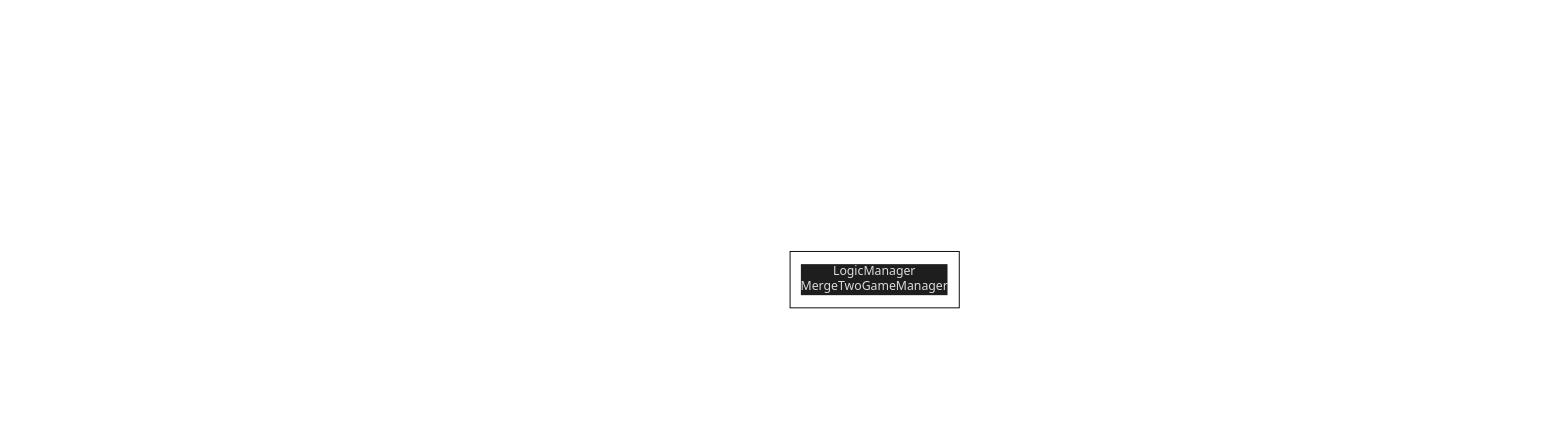
This is 二合项目.drawio from cliang/drawio, a draw.io file, before an edit. Source tidied: cells renumbered, new cells numbered last; positions are measured from the earlier drawing's top-left corner, leaving out a move shared by most shapes. Both pictures are drawn from the tidied source at 94%, with x=0, y=0 at pixel (790, 251).
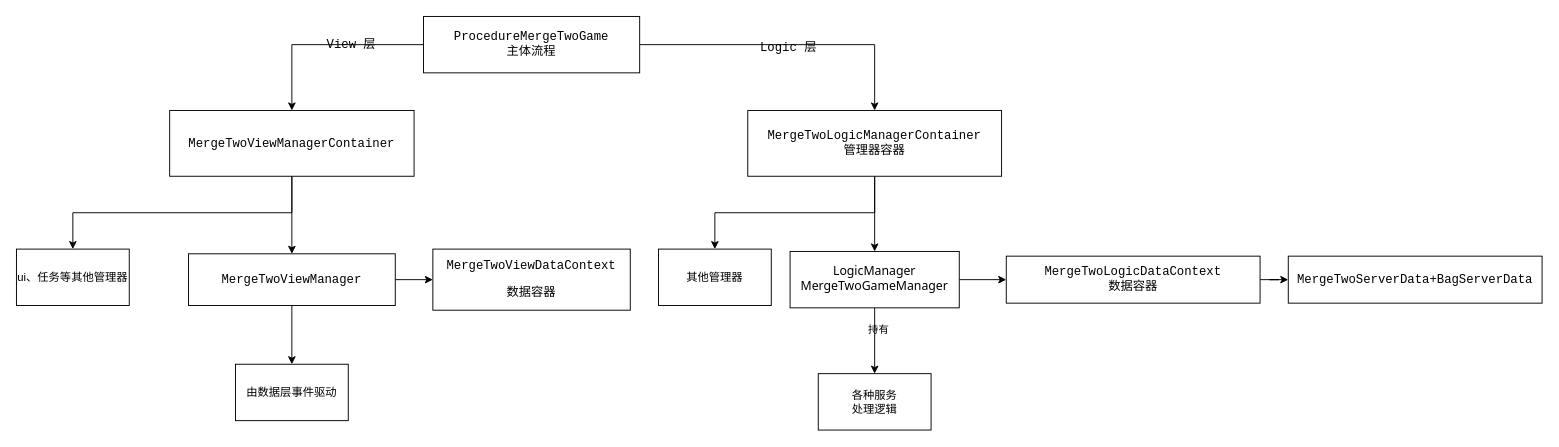
The same diagram, later.

Commit message:
更新二合项目.drawio

What changed in the source:
```diff
@@
+    <mxCell id="3" style="edgeStyle=orthogonalEdgeStyle;rounded=0;jettySize=auto;html=1;fontColor=default;labelBackgroundColor=none;" parent="1" edge="1" source="2" target="7">
+      <mxGeometry relative="1" as="geometry" />
+    </mxCell>
+    <mxCell id="4" value="持有" style="edgeLabel;html=1;align=center;verticalAlign=middle;fontColor=default;labelBackgroundColor=none;" parent="3" vertex="1">
+      <mxGeometry x="-0.36" y="3" relative="1" as="geometry" />
+    </mxCell>
+    <mxCell id="5" style="edgeStyle=orthogonalEdgeStyle;rounded=0;jettySize=auto;html=1;fontColor=default;labelBackgroundColor=none;" parent="1" edge="1" source="2" target="9">
+      <mxGeometry relative="1" as="geometry" />
+    </mxCell>
+    <mxCell id="6" style="edgeStyle=orthogonalEdgeStyle;rounded=0;jettySize=auto;html=1;startArrow=classic;startFill=1;endArrow=none;endFill=0;fontColor=default;labelBackgroundColor=none;" parent="1" edge="1" source="2" target="12">
+      <mxGeometry relative="1" as="geometry" />
+    </mxCell>
-    <mxCell id="2" value="&lt;div style=&quot;background-color: rgb(30, 30, 30); color: rgb(220, 220, 220);&quot;&gt;&lt;pre style=&quot;&quot;&gt;&lt;font color=&quot;#dcdcdc&quot; face=&quot;Tahoma&quot;&gt;&lt;span style=&quot;font-size: 13.0667px;&quot;&gt;LogicManager&lt;br&gt;MergeTwoGameManager&lt;/span&gt;&lt;/font&gt;&lt;font color=&quot;rgba(0, 0, 0, 0)&quot; face=&quot;JetBrains Mono, monospace&quot;&gt;&lt;span style=&quot;font-size: 9.8pt;&quot;&gt;&lt;/span&gt;&lt;/font&gt;&lt;/pre&gt;&lt;/div&gt;" style="rounded=0;whiteSpace=wrap;html=1;strokeColor=default;fillColor=default;gradientColor=none;" parent="1" vertex="1">
+    <mxCell id="2" value="&lt;div style=&quot;&quot;&gt;&lt;pre style=&quot;&quot;&gt;&lt;font face=&quot;Tahoma&quot;&gt;&lt;span style=&quot;font-size: 13.0667px;&quot;&gt;LogicManager&lt;br&gt;MergeTwoGameManager&lt;/span&gt;&lt;/font&gt;&lt;font face=&quot;JetBrains Mono, monospace&quot;&gt;&lt;span style=&quot;font-size: 9.8pt;&quot;&gt;&lt;/span&gt;&lt;/font&gt;&lt;/pre&gt;&lt;/div&gt;" style="rounded=0;whiteSpace=wrap;html=1;strokeColor=default;fillColor=default;gradientColor=none;fontColor=default;labelBackgroundColor=none;" parent="1" vertex="1">
       <mxGeometry width="180" height="60" as="geometry" />
     </mxCell>
+    <mxCell id="7" value="&lt;span&gt;各种服务&lt;/span&gt;&lt;div&gt;&lt;span&gt;处理逻辑&lt;/span&gt;&lt;/div&gt;" style="whiteSpace=wrap;html=1;rounded=0;gradientColor=none;fontColor=default;labelBackgroundColor=none;" parent="1" vertex="1">
+      <mxGeometry x="30" y="130" width="120" height="60" as="geometry" />
+    </mxCell>
+    <mxCell id="8" style="edgeStyle=orthogonalEdgeStyle;rounded=0;jettySize=auto;html=1;fontColor=default;labelBackgroundColor=none;" parent="1" edge="1" source="9" target="10">
+      <mxGeometry relative="1" as="geometry" />
+    </mxCell>
+    <mxCell id="9" value="&lt;div style=&quot;&quot;&gt;&lt;pre style=&quot;font-family:'JetBrains Mono',monospace;font-size:9.8pt;&quot;&gt;MergeTwoLogicDataContext&lt;br&gt;数据容器&lt;br&gt;&lt;/pre&gt;&lt;/div&gt;" style="whiteSpace=wrap;html=1;rounded=0;gradientColor=none;fontColor=default;labelBackgroundColor=none;" parent="1" vertex="1">
+      <mxGeometry x="230" y="5" width="270" height="50" as="geometry" />
+    </mxCell>
+    <mxCell id="10" value="&lt;div style=&quot;&quot;&gt;&lt;pre style=&quot;font-family:'JetBrains Mono',monospace;font-size:9.8pt;&quot;&gt;MergeTwoServerData+BagServerData&lt;/pre&gt;&lt;/div&gt;" style="whiteSpace=wrap;html=1;rounded=0;gradientColor=none;fontColor=default;labelBackgroundColor=none;" parent="1" vertex="1">
+      <mxGeometry x="530" y="5" width="270" height="50" as="geometry" />
+    </mxCell>
+    <mxCell id="11" style="edgeStyle=orthogonalEdgeStyle;rounded=0;jettySize=auto;html=1;fontColor=default;labelBackgroundColor=none;" parent="1" edge="1" source="12" target="20">
+      <mxGeometry relative="1" as="geometry" />
+    </mxCell>
+    <mxCell id="12" value="&lt;div style=&quot;&quot;&gt;&lt;pre style=&quot;font-family:'JetBrains Mono',monospace;font-size:9.8pt;&quot;&gt;MergeTwoLogicManagerContainer&lt;br&gt;管理器容器&lt;/pre&gt;&lt;/div&gt;" style="whiteSpace=wrap;html=1;rounded=0;gradientColor=none;fontColor=default;labelBackgroundColor=none;" parent="1" vertex="1">
+      <mxGeometry x="-45" y="-150" width="270" height="70" as="geometry" />
+    </mxCell>
+    <mxCell id="13" style="edgeStyle=orthogonalEdgeStyle;rounded=0;jettySize=auto;html=1;fontColor=default;labelBackgroundColor=none;" parent="1" edge="1" source="17" target="12">
+      <mxGeometry relative="1" as="geometry" />
+    </mxCell>
+    <mxCell id="14" value="&lt;div style=&quot;&quot;&gt;&lt;pre style=&quot;font-family:'JetBrains Mono',monospace;font-size:9.8pt;&quot;&gt;&lt;span style=&quot;&quot;&gt;Logic &lt;/span&gt;&lt;span style=&quot;font-family: &amp;quot;Courier New&amp;quot;, monospace;&quot;&gt;层&lt;/span&gt;&lt;/pre&gt;&lt;/div&gt;" style="edgeLabel;html=1;align=center;verticalAlign=middle;fontColor=default;labelBackgroundColor=none;" parent="13" vertex="1">
+      <mxGeometry x="-0.02" y="-2" relative="1" as="geometry" />
+    </mxCell>
+    <mxCell id="15" style="edgeStyle=orthogonalEdgeStyle;rounded=0;jettySize=auto;html=1;fontColor=default;labelBackgroundColor=none;" parent="1" edge="1" source="17" target="19">
+      <mxGeometry relative="1" as="geometry" />
+    </mxCell>
+    <mxCell id="16" value="&lt;div style=&quot;&quot;&gt;&lt;pre style=&quot;font-family:'JetBrains Mono',monospace;font-size:9.8pt;&quot;&gt;&lt;span style=&quot;&quot;&gt;View &lt;/span&gt;&lt;span style=&quot;font-family: &amp;quot;Courier New&amp;quot;, monospace;&quot;&gt;层&lt;/span&gt;&lt;/pre&gt;&lt;/div&gt;" style="edgeLabel;html=1;align=center;verticalAlign=middle;fontColor=default;labelBackgroundColor=none;" parent="15" vertex="1">
+      <mxGeometry x="-0.26" y="-1" relative="1" as="geometry" />
+    </mxCell>
+    <mxCell id="17" value="&lt;div style=&quot;&quot;&gt;&lt;pre style=&quot;font-family:'JetBrains Mono',monospace;font-size:9.8pt;&quot;&gt;ProcedureMergeTwoGame&lt;br&gt;主体流程&lt;br&gt;&lt;/pre&gt;&lt;/div&gt;" style="whiteSpace=wrap;html=1;fontColor=default;labelBackgroundColor=none;" parent="1" vertex="1">
+      <mxGeometry x="-390" y="-250" width="230" height="60" as="geometry" />
+    </mxCell>
+    <mxCell id="18" style="edgeStyle=orthogonalEdgeStyle;rounded=0;jettySize=auto;html=1;fontColor=default;labelBackgroundColor=none;" parent="1" edge="1" source="19" target="24">
+      <mxGeometry relative="1" as="geometry" />
+    </mxCell>
+    <mxCell id="19" value="&lt;div style=&quot;&quot;&gt;&lt;pre style=&quot;font-family:'JetBrains Mono',monospace;font-size:9.8pt;&quot;&gt;MergeTwoViewManagerContainer&lt;/pre&gt;&lt;/div&gt;" style="whiteSpace=wrap;html=1;fontColor=default;labelBackgroundColor=none;" parent="1" vertex="1">
+      <mxGeometry x="-660" y="-150" width="260" height="70" as="geometry" />
+    </mxCell>
+    <mxCell id="20" value="其他管理器" style="whiteSpace=wrap;html=1;rounded=0;gradientColor=none;fontColor=default;labelBackgroundColor=none;" parent="1" vertex="1">
+      <mxGeometry x="-140" y="-2.5" width="120" height="60" as="geometry" />
+    </mxCell>
+    <mxCell id="21" style="edgeStyle=orthogonalEdgeStyle;rounded=0;jettySize=auto;html=1;fontColor=default;labelBackgroundColor=none;" parent="1" edge="1" source="24" target="25">
+      <mxGeometry relative="1" as="geometry" />
+    </mxCell>
+    <mxCell id="22" style="edgeStyle=orthogonalEdgeStyle;rounded=0;jettySize=auto;html=1;exitX=0.5;exitY=1;exitDx=0;exitDy=0;" parent="1" edge="1" source="19" target="26">
+      <mxGeometry relative="1" as="geometry" />
+    </mxCell>
+    <mxCell id="23" style="edgeStyle=orthogonalEdgeStyle;rounded=0;jettySize=auto;html=1;" parent="1" edge="1" source="24" target="27">
+      <mxGeometry relative="1" as="geometry" />
+    </mxCell>
+    <mxCell id="24" value="&lt;div style=&quot;&quot;&gt;&lt;pre style=&quot;font-family:'JetBrains Mono',monospace;font-size:9.8pt;&quot;&gt;MergeTwoViewManager&lt;/pre&gt;&lt;/div&gt;" style="whiteSpace=wrap;html=1;fontColor=default;labelBackgroundColor=none;" parent="1" vertex="1">
+      <mxGeometry x="-640" y="2.5" width="220" height="55" as="geometry" />
+    </mxCell>
+    <mxCell id="25" value="&lt;div style=&quot;&quot;&gt;&lt;pre style=&quot;font-family:'JetBrains Mono',monospace;font-size:9.8pt;&quot;&gt;MergeTwoViewDataContext&lt;br&gt;&lt;pre style=&quot;font-family: &amp;quot;JetBrains Mono&amp;quot;, monospace; font-size: 9.8pt;&quot;&gt;数据容器&lt;/pre&gt;&lt;/pre&gt;&lt;/div&gt;" style="whiteSpace=wrap;html=1;fontColor=default;labelBackgroundColor=none;" parent="1" vertex="1">
+      <mxGeometry x="-380" y="-2.5" width="210" height="65" as="geometry" />
+    </mxCell>
+    <mxCell id="26" value="ui、任务等其他管理器" style="whiteSpace=wrap;html=1;labelBackgroundColor=none;" parent="1" vertex="1">
+      <mxGeometry x="-823" y="-2.5" width="120" height="60" as="geometry" />
+    </mxCell>
+    <mxCell id="27" value="由数据层事件驱动" style="whiteSpace=wrap;html=1;labelBackgroundColor=none;" parent="1" vertex="1">
+      <mxGeometry x="-590" y="120" width="120" height="60" as="geometry" />
+    </mxCell>
```
